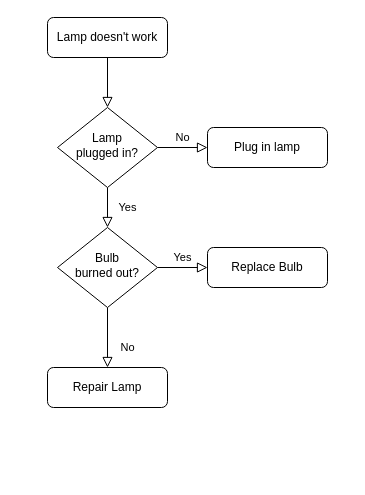
Above: Untitled Diagram.drawio in dosterbank/draws (draw.io), before the change. Source tidied: cells renumbered, new cells numbered last; positions are measured from the earlier drawing's top-left corner, leaving out a move shared by most shapes. Both pictures are drawn from the tidied source at 100%, with x=0, y=0 at pixel (47, 17).
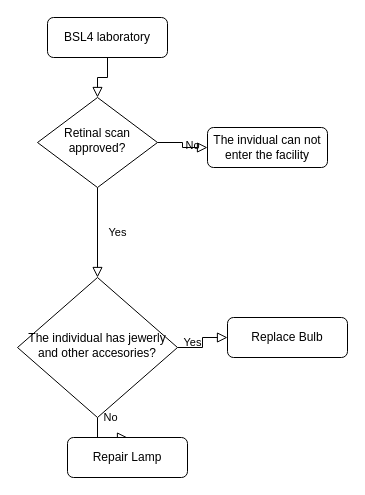
After the change.

The edit, as a diff of the source:
```diff
@@
 <mxGraphModel>
   <root>
     <mxCell id="0" />
     <mxCell id="1" parent="0" />
     <mxCell id="2" style="rounded=0;html=1;jettySize=auto;fontSize=11;endArrow=block;endFill=0;endSize=8;strokeWidth=1;shadow=0;labelBackgroundColor=none;edgeStyle=orthogonalEdgeStyle;" parent="1" edge="1" source="3" target="6">
       <mxGeometry relative="1" as="geometry" />
     </mxCell>
-    <mxCell id="3" value="Lamp doesn't work" style="rounded=1;whiteSpace=wrap;html=1;fontSize=12;glass=0;strokeWidth=1;shadow=0;" parent="1" vertex="1">
+    <mxCell id="3" value="BSL4 laboratory" style="rounded=1;whiteSpace=wrap;html=1;fontSize=12;glass=0;strokeWidth=1;shadow=0;" parent="1" vertex="1">
       <mxGeometry width="120" height="40" as="geometry" />
     </mxCell>
     <mxCell id="4" value="Yes" style="rounded=0;html=1;jettySize=auto;fontSize=11;endArrow=block;endFill=0;endSize=8;strokeWidth=1;shadow=0;labelBackgroundColor=none;edgeStyle=orthogonalEdgeStyle;" parent="1" edge="1" source="6" target="10">
       <mxGeometry y="20" relative="1" as="geometry" />
     </mxCell>
     <mxCell id="5" value="No" style="edgeStyle=orthogonalEdgeStyle;rounded=0;html=1;jettySize=auto;fontSize=11;endArrow=block;endFill=0;endSize=8;strokeWidth=1;shadow=0;labelBackgroundColor=none;" parent="1" edge="1" source="6" target="7">
       <mxGeometry y="10" relative="1" as="geometry" />
     </mxCell>
-    <mxCell id="6" value="Lamp&lt;br&gt;plugged in?" style="rhombus;whiteSpace=wrap;html=1;shadow=0;fontFamily=Helvetica;fontSize=12;align=center;strokeWidth=1;spacing=6;spacingTop=-4;" parent="1" vertex="1">
-      <mxGeometry x="10" y="90" width="100" height="80" as="geometry" />
+    <mxCell id="6" value="Retinal scan approved?" style="rhombus;whiteSpace=wrap;html=1;shadow=0;fontFamily=Helvetica;fontSize=12;align=center;strokeWidth=1;spacing=6;spacingTop=-4;" parent="1" vertex="1">
+      <mxGeometry x="-10" y="80" width="120" height="90" as="geometry" />
     </mxCell>
-    <mxCell id="7" value="Plug in lamp" style="rounded=1;whiteSpace=wrap;html=1;fontSize=12;glass=0;strokeWidth=1;shadow=0;" parent="1" vertex="1">
+    <mxCell id="7" value="The invidual can not enter the facility" style="rounded=1;whiteSpace=wrap;html=1;fontSize=12;glass=0;strokeWidth=1;shadow=0;" parent="1" vertex="1">
       <mxGeometry x="160" y="110" width="120" height="40" as="geometry" />
     </mxCell>
     <mxCell id="8" value="No" style="rounded=0;html=1;jettySize=auto;fontSize=11;endArrow=block;endFill=0;endSize=8;strokeWidth=1;shadow=0;labelBackgroundColor=none;edgeStyle=orthogonalEdgeStyle;" parent="1" edge="1" source="10" target="11">
       <mxGeometry x="0.33" y="20" relative="1" as="geometry" />
     </mxCell>
     <mxCell id="9" value="Yes" style="edgeStyle=orthogonalEdgeStyle;rounded=0;html=1;jettySize=auto;fontSize=11;endArrow=block;endFill=0;endSize=8;strokeWidth=1;shadow=0;labelBackgroundColor=none;" parent="1" edge="1" source="10" target="12">
       <mxGeometry y="10" relative="1" as="geometry" />
     </mxCell>
-    <mxCell id="10" value="Bulb&lt;br&gt;burned out?" style="rhombus;whiteSpace=wrap;html=1;shadow=0;fontFamily=Helvetica;fontSize=12;align=center;strokeWidth=1;spacing=6;spacingTop=-4;" parent="1" vertex="1">
-      <mxGeometry x="10" y="210" width="100" height="80" as="geometry" />
+    <mxCell id="10" value="&lt;font style=&quot;font-size: 12px;&quot;&gt;The individual has jewerly and other accesories?&lt;/font&gt;" style="rhombus;whiteSpace=wrap;html=1;shadow=0;fontFamily=Helvetica;fontSize=12;align=center;strokeWidth=1;spacing=6;spacingTop=-4;" parent="1" vertex="1">
+      <mxGeometry x="-30" y="260" width="160" height="140" as="geometry" />
     </mxCell>
     <mxCell id="11" value="Repair Lamp" style="rounded=1;whiteSpace=wrap;html=1;fontSize=12;glass=0;strokeWidth=1;shadow=0;" parent="1" vertex="1">
-      <mxGeometry y="350" width="120" height="40" as="geometry" />
+      <mxGeometry x="20" y="420" width="120" height="40" as="geometry" />
     </mxCell>
     <mxCell id="12" value="Replace Bulb" style="rounded=1;whiteSpace=wrap;html=1;fontSize=12;glass=0;strokeWidth=1;shadow=0;" parent="1" vertex="1">
-      <mxGeometry x="160" y="230" width="120" height="40" as="geometry" />
+      <mxGeometry x="180" y="300" width="120" height="40" as="geometry" />
     </mxCell>
   </root>
 </mxGraphModel>
```
